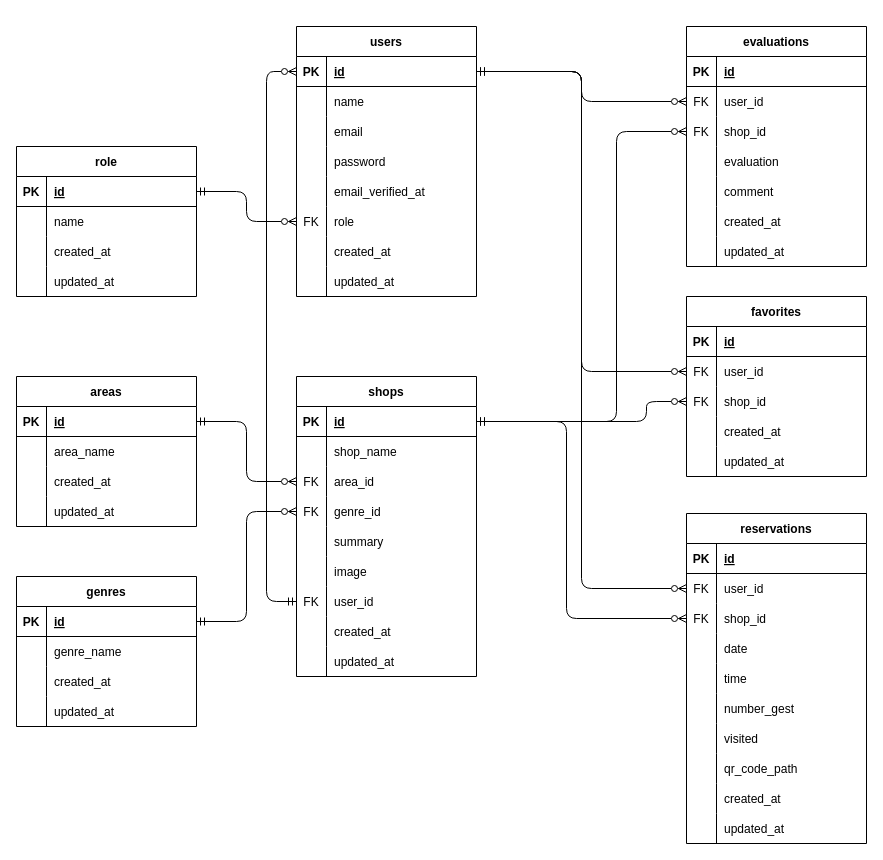
The draw.io diagram rese_ER.dio in ayuka-maruyama/rese_2024, before the edit. Source tidied: cells renumbered, new cells numbered last; positions are measured from the earlier drawing's top-left corner, leaving out a move shared by most shapes. Both pictures are drawn from the tidied source at 100%, with x=0, y=0 at pixel (16, 26).
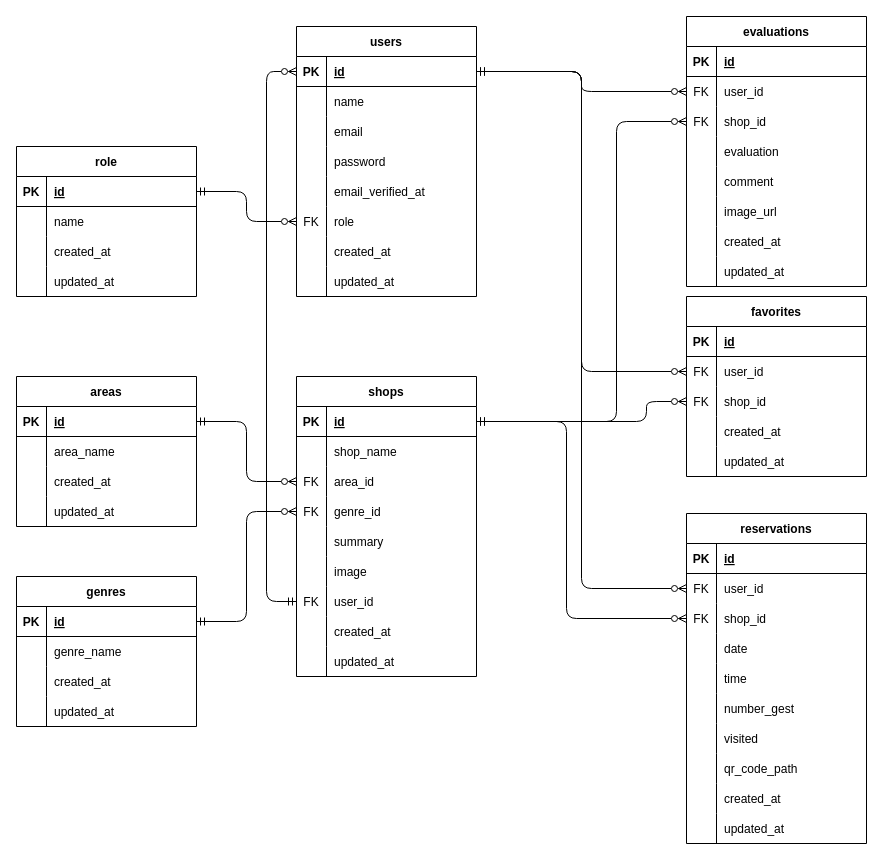
The same page after the edit.

Commit message:
カラム名が漏れていたため修正

The change refers to these unchanged cells:
```xml
<mxCell id="44" style="shape=tableRow;horizontal=0;startSize=0;swimlaneHead=0;swimlaneBody=0;fillColor=none;points=[[0,0.5],[1,0.5]];portConstraint=eastwest;top=0;left=0;right=0;bottom=1;" parent="43" vertex="1">
  <mxGeometry y="30" width="180" height="30" as="geometry" />
</mxCell>
<mxCell id="135" style="shape=tableRow;horizontal=0;startSize=0;swimlaneHead=0;swimlaneBody=0;fillColor=none;points=[[0,0.5],[1,0.5]];portConstraint=eastwest;top=0;left=0;right=0;bottom=0;" parent="128" vertex="1">
  <mxGeometry y="90" width="180" height="30" as="geometry" />
</mxCell>
```

Diff of the diagram source:
```diff
@@
-    <mxCell id="128" value="evaluations" style="shape=table;startSize=30;childLayout=tableLayout;rowLines=0;fontStyle=1;align=center;" parent="1" vertex="1">
-      <mxGeometry x="670" width="180" height="240" as="geometry" />
+    <mxCell id="128" value="evaluations" style="shape=table;startSize=30;childLayout=tableLayout;rowLines=0;fontStyle=1;align=center;labelBackgroundColor=#FFFFFF;fillColor=#FFFFFF;" parent="1" vertex="1">
+      <mxGeometry x="670" y="-10" width="180" height="270" as="geometry" />
     </mxCell>
@@
+    <mxCell id="173" style="shape=tableRow;horizontal=0;startSize=0;swimlaneHead=0;swimlaneBody=0;fillColor=none;top=0;left=0;right=0;bottom=0;" parent="128" vertex="1">
+      <mxGeometry y="180" width="180" height="30" as="geometry" />
+    </mxCell>
+    <mxCell id="174" style="shape=partialRectangle;fillColor=none;top=0;left=0;bottom=0;right=0;overflow=hidden;" parent="173" vertex="1">
+      <mxGeometry width="30" height="30" as="geometry" />
+    </mxCell>
+    <mxCell id="175" value="image_url" style="shape=partialRectangle;fillColor=none;top=0;left=0;bottom=0;right=0;align=left;spacingLeft=6;overflow=hidden;verticalAlign=middle;" parent="173" vertex="1">
+      <mxGeometry x="30" width="150" height="30" as="geometry" />
+    </mxCell>
     <mxCell id="144" style="shape=tableRow;horizontal=0;startSize=0;swimlaneHead=0;swimlaneBody=0;fillColor=none;top=0;left=0;right=0;bottom=0;" parent="128" vertex="1">
-      <mxGeometry y="180" width="180" height="30" as="geometry" />
+      <mxGeometry y="210" width="180" height="30" as="geometry" />
     </mxCell>
@@
     <mxCell id="147" style="shape=tableRow;horizontal=0;startSize=0;swimlaneHead=0;swimlaneBody=0;fillColor=none;top=0;left=0;right=0;bottom=0;" parent="128" vertex="1">
-      <mxGeometry y="210" width="180" height="30" as="geometry" />
+      <mxGeometry y="240" width="180" height="30" as="geometry" />
     </mxCell>
@@
     <mxCell id="170" style="edgeStyle=orthogonalEdgeStyle;html=1;exitX=1;exitY=0.5;exitDx=0;exitDy=0;entryX=0;entryY=0.5;entryDx=0;entryDy=0;startArrow=ERmandOne;startFill=0;endArrow=ERzeroToMany;endFill=0;" parent="1" edge="1" source="44" target="135">
       <mxGeometry relative="1" as="geometry">
         <Array as="points">
           <mxPoint x="600" y="395" />
-          <mxPoint x="600" y="105" />
+          <mxPoint x="600" y="95" />
         </Array>
       </mxGeometry>
     </mxCell>
```
